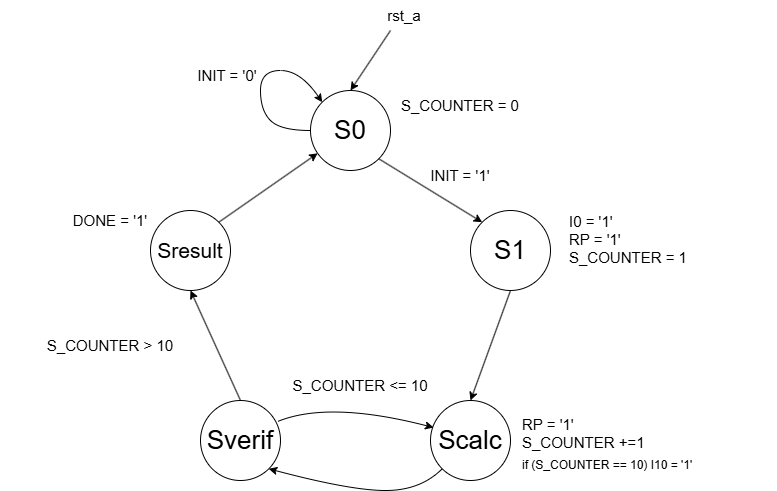
Before: docs/diagramas/FSMD.drawio.png, a diagram exported from draw.io (thalescazevedo/aes-encryption-vhdl). Source tidied: cells renumbered, new cells last; positions are measured from the earlier drawing's top-left corner, leaving out a move shared by most shapes. Source of this version:
```xml
<mxGraphModel background="#ffffff">
  <root>
    <mxCell id="0" />
    <mxCell id="1" parent="0" />
    <mxCell id="2" style="ellipse;whiteSpace=wrap;html=1;" parent="1" vertex="1">
      <mxGeometry x="310" y="90" width="80" height="80" as="geometry" />
    </mxCell>
    <mxCell id="3" style="ellipse;whiteSpace=wrap;html=1;" parent="1" vertex="1">
      <mxGeometry x="470" y="210" width="80" height="80" as="geometry" />
    </mxCell>
    <mxCell id="4" style="ellipse;whiteSpace=wrap;html=1;" parent="1" vertex="1">
      <mxGeometry x="430" y="400" width="80" height="80" as="geometry" />
    </mxCell>
    <mxCell id="5" style="ellipse;whiteSpace=wrap;html=1;" parent="1" vertex="1">
      <mxGeometry x="200" y="400" width="80" height="80" as="geometry" />
    </mxCell>
    <mxCell id="6" style="ellipse;whiteSpace=wrap;html=1;" parent="1" vertex="1">
      <mxGeometry x="150" y="210" width="80" height="80" as="geometry" />
    </mxCell>
    <mxCell id="7" style="endArrow=classic;html=1;rounded=0;entryX=0;entryY=0;entryDx=0;entryDy=0;exitX=1;exitY=1;exitDx=0;exitDy=0;" parent="1" edge="1" source="2" target="3">
      <mxGeometry relative="1" as="geometry" />
    </mxCell>
    <mxCell id="8" style="endArrow=classic;html=1;rounded=0;entryX=0.5;entryY=0;entryDx=0;entryDy=0;exitX=0.5;exitY=1;exitDx=0;exitDy=0;" parent="1" edge="1" source="3" target="4">
      <mxGeometry relative="1" as="geometry" />
    </mxCell>
    <mxCell id="9" style="curved=1;endArrow=classic;html=1;rounded=0;entryX=1;entryY=1;entryDx=0;entryDy=0;exitX=0;exitY=1;exitDx=0;exitDy=0;" parent="1" edge="1" source="4" target="5">
      <mxGeometry relative="1" as="geometry">
        <Array as="points">
          <mxPoint x="420" y="490" />
          <mxPoint x="350" y="490" />
        </Array>
      </mxGeometry>
    </mxCell>
    <mxCell id="10" value="&lt;font style=&quot;font-size: 15px;&quot;&gt;INIT = '1'&lt;/font&gt;" style="text;html=1;whiteSpace=wrap;strokeColor=none;fillColor=none;align=center;verticalAlign=middle;rounded=0;strokeWidth=2;" parent="1" vertex="1">
      <mxGeometry x="420" y="160" width="80" height="30" as="geometry" />
    </mxCell>
    <mxCell id="11" value="&lt;font style=&quot;font-size: 26px;&quot;&gt;S0&lt;/font&gt;" style="text;html=1;whiteSpace=wrap;strokeColor=none;fillColor=none;align=center;verticalAlign=middle;rounded=0;" parent="1" vertex="1">
      <mxGeometry x="320" y="115" width="60" height="30" as="geometry" />
    </mxCell>
    <mxCell id="12" value="&lt;font style=&quot;font-size: 26px;&quot;&gt;S1&lt;/font&gt;" style="text;html=1;whiteSpace=wrap;strokeColor=none;fillColor=none;align=center;verticalAlign=middle;rounded=0;" parent="1" vertex="1">
      <mxGeometry x="480" y="235" width="60" height="30" as="geometry" />
    </mxCell>
    <mxCell id="13" value="&lt;font style=&quot;font-size: 26px;&quot;&gt;Scalc&lt;/font&gt;" style="text;html=1;whiteSpace=wrap;strokeColor=none;fillColor=none;align=center;verticalAlign=middle;rounded=0;" parent="1" vertex="1">
      <mxGeometry x="440" y="425" width="60" height="30" as="geometry" />
    </mxCell>
    <mxCell id="14" value="&lt;font style=&quot;font-size: 26px;&quot;&gt;Sverif&lt;/font&gt;" style="text;html=1;whiteSpace=wrap;strokeColor=none;fillColor=none;align=center;verticalAlign=middle;rounded=0;" parent="1" vertex="1">
      <mxGeometry x="210" y="425" width="60" height="30" as="geometry" />
    </mxCell>
    <mxCell id="15" value="&lt;font style=&quot;font-size: 21px;&quot;&gt;Sresult&lt;/font&gt;" style="text;html=1;whiteSpace=wrap;strokeColor=none;fillColor=none;align=center;verticalAlign=middle;rounded=0;" parent="1" vertex="1">
      <mxGeometry x="160" y="235" width="60" height="30" as="geometry" />
    </mxCell>
    <mxCell id="16" style="curved=1;endArrow=classic;html=1;rounded=0;entryX=0.038;entryY=0.338;entryDx=0;entryDy=0;exitX=0.963;exitY=0.263;exitDx=0;exitDy=0;exitPerimeter=0;entryPerimeter=0;" parent="1" edge="1" source="5" target="4">
      <mxGeometry relative="1" as="geometry">
        <Array as="points">
          <mxPoint x="328.3" y="400" />
        </Array>
      </mxGeometry>
    </mxCell>
    <mxCell id="17" style="endArrow=classic;html=1;rounded=0;exitX=0.5;exitY=0;exitDx=0;exitDy=0;entryX=0.5;entryY=1;entryDx=0;entryDy=0;" parent="1" edge="1" source="5" target="6">
      <mxGeometry relative="1" as="geometry" />
    </mxCell>
    <mxCell id="18" style="endArrow=classic;html=1;rounded=0;exitX=1;exitY=0;exitDx=0;exitDy=0;" parent="1" edge="1" source="6" target="2">
      <mxGeometry relative="1" as="geometry" />
    </mxCell>
    <mxCell id="19" value="&lt;span style=&quot;font-size: 15px; text-align: left;&quot;&gt;S_COUNTER &lt;/span&gt;&lt;span style=&quot;font-size: 15px;&quot;&gt;&amp;gt; 10&lt;/span&gt;" style="text;html=1;whiteSpace=wrap;strokeColor=none;fillColor=none;align=center;verticalAlign=middle;rounded=0;strokeWidth=2;" parent="1" vertex="1">
      <mxGeometry y="330" width="220" height="30" as="geometry" />
    </mxCell>
    <mxCell id="20" value="&lt;span style=&quot;font-size: 15px; text-align: left;&quot;&gt;S_COUNTER &lt;/span&gt;&lt;span style=&quot;font-size: 15px;&quot;&gt;&amp;lt;= 10&lt;/span&gt;" style="text;html=1;whiteSpace=wrap;strokeColor=none;fillColor=none;align=center;verticalAlign=middle;rounded=0;strokeWidth=2;" parent="1" vertex="1">
      <mxGeometry x="250" y="370" width="220" height="30" as="geometry" />
    </mxCell>
    <mxCell id="21" value="&lt;font style=&quot;font-size: 15px;&quot;&gt;I0 = '1'&lt;/font&gt;&lt;div&gt;&lt;font style=&quot;font-size: 15px;&quot;&gt;RP = '1'&lt;br&gt;S_COUNTER = 1&lt;br&gt;&lt;span style=&quot;color: rgba(0, 0, 0, 0); font-family: monospace; font-size: 0px; white-space: nowrap;&quot;&gt;%3CmxGraphModel%3E%3Croot%3E%3CmxCell%20id%3D%220%22%2F%3E%3CmxCell%20id%3D%221%22%20parent%3D%220%22%2F%3E%3CmxCell%20id%3D%222%22%20parent%3D%221%22%20style%3D%22text%3Bhtml%3D1%3BwhiteSpace%3Dwrap%3BstrokeColor%3Dnone%3BfillColor%3Dnone%3Balign%3Dcenter%3BverticalAlign%3Dmiddle%3Brounded%3D0%3BstrokeWidth%3D2%3B%22%20value%3D%22%26lt%3Bfont%20style%3D%26quot%3Bfont-size%3A%2015px%3B%26quot%3B%26gt%3BCOUNTER_ROUND%20%3D%20%26quot%3B0000%26quot%3B%26lt%3B%2Ffont%26gt%3B%22%20vertex%3D%221%22%3E%3CmxGeometry%20height%3D%2230%22%20width%3D%22270%22%20x%3D%22414%22%20y%3D%22120%22%20as%3D%22geometry%22%2F%3E%3C%2FmxCell%3E%3C%2Froot%3E%3C%2FmxGraphModel%3E&lt;/span&gt;&lt;/font&gt;&lt;/div&gt;" style="text;html=1;whiteSpace=wrap;strokeColor=none;fillColor=none;align=left;verticalAlign=middle;rounded=0;strokeWidth=2;" parent="1" vertex="1">
      <mxGeometry x="567" y="235" width="210" height="25" as="geometry" />
    </mxCell>
    <mxCell id="22" value="&lt;font style=&quot;font-size: 15px;&quot;&gt;RP = '1'&lt;br&gt;&lt;span style=&quot;text-align: center;&quot;&gt;S_COUNTER &lt;/span&gt;+=1&lt;/font&gt;" style="text;html=1;whiteSpace=wrap;strokeColor=none;fillColor=none;align=left;verticalAlign=middle;rounded=0;strokeWidth=2;" parent="1" vertex="1">
      <mxGeometry x="520" y="420" width="220" height="25" as="geometry" />
    </mxCell>
    <mxCell id="23" value="&lt;font style=&quot;font-size: 15px;&quot;&gt;DONE = '1'&lt;/font&gt;" style="text;html=1;whiteSpace=wrap;strokeColor=none;fillColor=none;align=center;verticalAlign=middle;rounded=0;strokeWidth=2;" parent="1" vertex="1">
      <mxGeometry x="70" y="205" width="80" height="30" as="geometry" />
    </mxCell>
    <mxCell id="24" value="&lt;font style=&quot;font-size: 15px;&quot;&gt;S_COUNTER = 0&lt;/font&gt;" style="text;html=1;whiteSpace=wrap;strokeColor=none;fillColor=none;align=center;verticalAlign=middle;rounded=0;strokeWidth=2;" parent="1" vertex="1">
      <mxGeometry x="390" y="90" width="140" height="30" as="geometry" />
    </mxCell>
    <mxCell id="25" style="endArrow=classic;html=1;rounded=0;entryX=0.5;entryY=0;entryDx=0;entryDy=0;" parent="1" edge="1" target="2">
      <mxGeometry relative="1" as="geometry">
        <mxPoint x="390" y="30" as="sourcePoint" />
      </mxGeometry>
    </mxCell>
    <mxCell id="26" value="&lt;font style=&quot;font-size: 15px;&quot;&gt;rst_a&lt;/font&gt;" style="text;html=1;whiteSpace=wrap;strokeColor=none;fillColor=none;align=center;verticalAlign=middle;rounded=0;strokeWidth=2;" parent="1" vertex="1">
      <mxGeometry x="364" width="80" height="30" as="geometry" />
    </mxCell>
    <mxCell id="27" style="curved=1;endArrow=classic;html=1;rounded=0;exitX=0;exitY=0.5;exitDx=0;exitDy=0;entryX=0;entryY=0;entryDx=0;entryDy=0;" parent="1" edge="1" source="2" target="2">
      <mxGeometry relative="1" as="geometry">
        <Array as="points">
          <mxPoint x="280" y="130" />
          <mxPoint x="260" y="110" />
          <mxPoint x="260" y="70" />
          <mxPoint x="300" y="70" />
        </Array>
      </mxGeometry>
    </mxCell>
    <mxCell id="28" value="&lt;font style=&quot;font-size: 15px;&quot;&gt;INIT = '0'&lt;/font&gt;" style="text;html=1;whiteSpace=wrap;strokeColor=none;fillColor=none;align=center;verticalAlign=middle;rounded=0;strokeWidth=2;" parent="1" vertex="1">
      <mxGeometry x="184" y="60" width="86" height="30" as="geometry" />
    </mxCell>
    <mxCell id="29" value="if (S_COUNTER == 10) I10 = '1'" style="text;whiteSpace=wrap;html=1;verticalAlign=middle;" parent="1" vertex="1">
      <mxGeometry x="520" y="445" width="220" height="40" as="geometry" />
    </mxCell>
  </root>
</mxGraphModel>
```
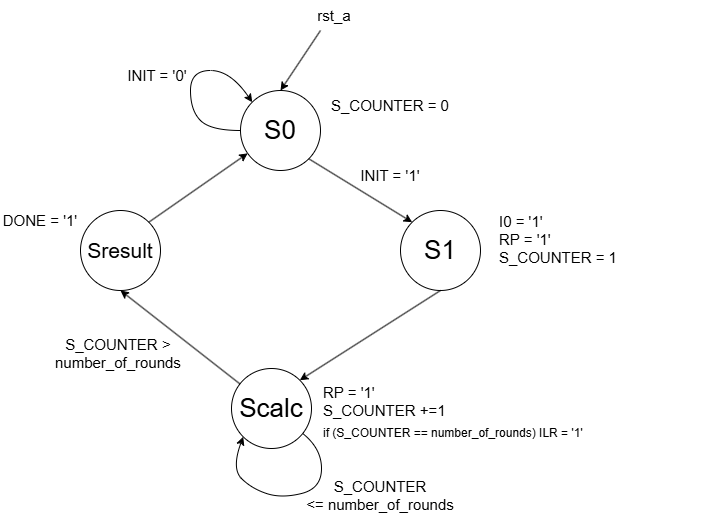
Later version of the same file.

The edit, as a diff of the source:
```diff
@@ -9,25 +9,25 @@
       <mxGeometry x="470" y="210" width="80" height="80" as="geometry" />
     </mxCell>
     <mxCell id="4" style="ellipse;whiteSpace=wrap;html=1;" parent="1" vertex="1">
-      <mxGeometry x="430" y="400" width="80" height="80" as="geometry" />
+      <mxGeometry x="301" y="368" width="80" height="80" as="geometry" />
     </mxCell>
-    <mxCell id="5" style="ellipse;whiteSpace=wrap;html=1;" parent="1" vertex="1">
-      <mxGeometry x="200" y="400" width="80" height="80" as="geometry" />
-    </mxCell>
     <mxCell id="6" style="ellipse;whiteSpace=wrap;html=1;" parent="1" vertex="1">
       <mxGeometry x="150" y="210" width="80" height="80" as="geometry" />
     </mxCell>
     <mxCell id="7" style="endArrow=classic;html=1;rounded=0;entryX=0;entryY=0;entryDx=0;entryDy=0;exitX=1;exitY=1;exitDx=0;exitDy=0;" parent="1" edge="1" source="2" target="3">
       <mxGeometry relative="1" as="geometry" />
     </mxCell>
-    <mxCell id="8" style="endArrow=classic;html=1;rounded=0;entryX=0.5;entryY=0;entryDx=0;entryDy=0;exitX=0.5;exitY=1;exitDx=0;exitDy=0;" parent="1" edge="1" source="3" target="4">
+    <mxCell id="8" style="endArrow=classic;html=1;rounded=0;entryX=1;entryY=0;entryDx=0;entryDy=0;exitX=0.5;exitY=1;exitDx=0;exitDy=0;" parent="1" edge="1" source="3" target="4">
       <mxGeometry relative="1" as="geometry" />
     </mxCell>
-    <mxCell id="9" style="curved=1;endArrow=classic;html=1;rounded=0;entryX=1;entryY=1;entryDx=0;entryDy=0;exitX=0;exitY=1;exitDx=0;exitDy=0;" parent="1" edge="1" source="4" target="5">
+    <mxCell id="9" style="curved=1;endArrow=classic;html=1;rounded=0;entryX=0;entryY=1;entryDx=0;entryDy=0;" parent="1" edge="1" source="4" target="4">
       <mxGeometry relative="1" as="geometry">
         <Array as="points">
-          <mxPoint x="420" y="490" />
-          <mxPoint x="350" y="490" />
+          <mxPoint x="391" y="448" />
+          <mxPoint x="391" y="488" />
+          <mxPoint x="351" y="498" />
+          <mxPoint x="321" y="488" />
+          <mxPoint x="301" y="468" />
         </Array>
       </mxGeometry>
     </mxCell>
@@ -41,38 +41,28 @@
       <mxGeometry x="480" y="235" width="60" height="30" as="geometry" />
     </mxCell>
     <mxCell id="13" value="&lt;font style=&quot;font-size: 26px;&quot;&gt;Scalc&lt;/font&gt;" style="text;html=1;whiteSpace=wrap;strokeColor=none;fillColor=none;align=center;verticalAlign=middle;rounded=0;" parent="1" vertex="1">
-      <mxGeometry x="440" y="425" width="60" height="30" as="geometry" />
+      <mxGeometry x="311" y="393" width="60" height="30" as="geometry" />
     </mxCell>
-    <mxCell id="14" value="&lt;font style=&quot;font-size: 26px;&quot;&gt;Sverif&lt;/font&gt;" style="text;html=1;whiteSpace=wrap;strokeColor=none;fillColor=none;align=center;verticalAlign=middle;rounded=0;" parent="1" vertex="1">
-      <mxGeometry x="210" y="425" width="60" height="30" as="geometry" />
-    </mxCell>
     <mxCell id="15" value="&lt;font style=&quot;font-size: 21px;&quot;&gt;Sresult&lt;/font&gt;" style="text;html=1;whiteSpace=wrap;strokeColor=none;fillColor=none;align=center;verticalAlign=middle;rounded=0;" parent="1" vertex="1">
       <mxGeometry x="160" y="235" width="60" height="30" as="geometry" />
     </mxCell>
-    <mxCell id="16" style="curved=1;endArrow=classic;html=1;rounded=0;entryX=0.038;entryY=0.338;entryDx=0;entryDy=0;exitX=0.963;exitY=0.263;exitDx=0;exitDy=0;exitPerimeter=0;entryPerimeter=0;" parent="1" edge="1" source="5" target="4">
-      <mxGeometry relative="1" as="geometry">
-        <Array as="points">
-          <mxPoint x="328.3" y="400" />
-        </Array>
-      </mxGeometry>
-    </mxCell>
-    <mxCell id="17" style="endArrow=classic;html=1;rounded=0;exitX=0.5;exitY=0;exitDx=0;exitDy=0;entryX=0.5;entryY=1;entryDx=0;entryDy=0;" parent="1" edge="1" source="5" target="6">
+    <mxCell id="17" style="endArrow=classic;html=1;rounded=0;entryX=0.5;entryY=1;entryDx=0;entryDy=0;" parent="1" edge="1" source="4" target="6">
       <mxGeometry relative="1" as="geometry" />
     </mxCell>
     <mxCell id="18" style="endArrow=classic;html=1;rounded=0;exitX=1;exitY=0;exitDx=0;exitDy=0;" parent="1" edge="1" source="6" target="2">
       <mxGeometry relative="1" as="geometry" />
     </mxCell>
-    <mxCell id="19" value="&lt;span style=&quot;font-size: 15px; text-align: left;&quot;&gt;S_COUNTER &lt;/span&gt;&lt;span style=&quot;font-size: 15px;&quot;&gt;&amp;gt; 10&lt;/span&gt;" style="text;html=1;whiteSpace=wrap;strokeColor=none;fillColor=none;align=center;verticalAlign=middle;rounded=0;strokeWidth=2;" parent="1" vertex="1">
-      <mxGeometry y="330" width="220" height="30" as="geometry" />
+    <mxCell id="19" value="&lt;div style=&quot;text-align: center;&quot;&gt;&lt;span style=&quot;background-color: transparent; color: light-dark(rgb(0, 0, 0), rgb(255, 255, 255)); font-size: 15px; text-align: left;&quot;&gt;S_COUNTER&amp;nbsp;&lt;/span&gt;&lt;span style=&quot;background-color: transparent; color: light-dark(rgb(0, 0, 0), rgb(255, 255, 255)); font-size: 15px;&quot;&gt;&amp;gt;&amp;nbsp;&lt;/span&gt;&lt;/div&gt;&lt;div style=&quot;text-align: center;&quot;&gt;&lt;span style=&quot;background-color: transparent; font-size: 15px;&quot;&gt;number_of_rounds&lt;/span&gt;&lt;span style=&quot;background-color: transparent; color: light-dark(rgb(0, 0, 0), rgb(255, 255, 255)); font-size: 15px;&quot;&gt;&amp;nbsp;&lt;/span&gt;&lt;/div&gt;" style="text;html=1;whiteSpace=wrap;strokeColor=none;fillColor=none;align=center;verticalAlign=middle;rounded=0;strokeWidth=2;" parent="1" vertex="1">
+      <mxGeometry x="80" y="338" width="220" height="30" as="geometry" />
     </mxCell>
-    <mxCell id="20" value="&lt;span style=&quot;font-size: 15px; text-align: left;&quot;&gt;S_COUNTER &lt;/span&gt;&lt;span style=&quot;font-size: 15px;&quot;&gt;&amp;lt;= 10&lt;/span&gt;" style="text;html=1;whiteSpace=wrap;strokeColor=none;fillColor=none;align=center;verticalAlign=middle;rounded=0;strokeWidth=2;" parent="1" vertex="1">
-      <mxGeometry x="250" y="370" width="220" height="30" as="geometry" />
+    <mxCell id="20" value="&lt;div style=&quot;text-align: center;&quot;&gt;&lt;span style=&quot;background-color: transparent; color: light-dark(rgb(0, 0, 0), rgb(255, 255, 255)); font-size: 15px; text-align: left;&quot;&gt;S_COUNTER &lt;/span&gt;&lt;span style=&quot;background-color: transparent; color: light-dark(rgb(0, 0, 0), rgb(255, 255, 255)); font-size: 15px;&quot;&gt;&amp;lt;=&amp;nbsp;&lt;/span&gt;&lt;span style=&quot;background-color: transparent; font-size: 15px;&quot;&gt;number_of_rounds&lt;/span&gt;&lt;/div&gt;" style="text;html=1;whiteSpace=wrap;strokeColor=none;fillColor=none;align=center;verticalAlign=middle;rounded=0;strokeWidth=2;" parent="1" vertex="1">
+      <mxGeometry x="340" y="480" width="220" height="30" as="geometry" />
     </mxCell>
     <mxCell id="21" value="&lt;font style=&quot;font-size: 15px;&quot;&gt;I0 = '1'&lt;/font&gt;&lt;div&gt;&lt;font style=&quot;font-size: 15px;&quot;&gt;RP = '1'&lt;br&gt;S_COUNTER = 1&lt;br&gt;&lt;span style=&quot;color: rgba(0, 0, 0, 0); font-family: monospace; font-size: 0px; white-space: nowrap;&quot;&gt;%3CmxGraphModel%3E%3Croot%3E%3CmxCell%20id%3D%220%22%2F%3E%3CmxCell%20id%3D%221%22%20parent%3D%220%22%2F%3E%3CmxCell%20id%3D%222%22%20parent%3D%221%22%20style%3D%22text%3Bhtml%3D1%3BwhiteSpace%3Dwrap%3BstrokeColor%3Dnone%3BfillColor%3Dnone%3Balign%3Dcenter%3BverticalAlign%3Dmiddle%3Brounded%3D0%3BstrokeWidth%3D2%3B%22%20value%3D%22%26lt%3Bfont%20style%3D%26quot%3Bfont-size%3A%2015px%3B%26quot%3B%26gt%3BCOUNTER_ROUND%20%3D%20%26quot%3B0000%26quot%3B%26lt%3B%2Ffont%26gt%3B%22%20vertex%3D%221%22%3E%3CmxGeometry%20height%3D%2230%22%20width%3D%22270%22%20x%3D%22414%22%20y%3D%22120%22%20as%3D%22geometry%22%2F%3E%3C%2FmxCell%3E%3C%2Froot%3E%3C%2FmxGraphModel%3E&lt;/span&gt;&lt;/font&gt;&lt;/div&gt;" style="text;html=1;whiteSpace=wrap;strokeColor=none;fillColor=none;align=left;verticalAlign=middle;rounded=0;strokeWidth=2;" parent="1" vertex="1">
       <mxGeometry x="567" y="235" width="210" height="25" as="geometry" />
     </mxCell>
     <mxCell id="22" value="&lt;font style=&quot;font-size: 15px;&quot;&gt;RP = '1'&lt;br&gt;&lt;span style=&quot;text-align: center;&quot;&gt;S_COUNTER &lt;/span&gt;+=1&lt;/font&gt;" style="text;html=1;whiteSpace=wrap;strokeColor=none;fillColor=none;align=left;verticalAlign=middle;rounded=0;strokeWidth=2;" parent="1" vertex="1">
-      <mxGeometry x="520" y="420" width="220" height="25" as="geometry" />
+      <mxGeometry x="391" y="388" width="220" height="25" as="geometry" />
     </mxCell>
     <mxCell id="23" value="&lt;font style=&quot;font-size: 15px;&quot;&gt;DONE = '1'&lt;/font&gt;" style="text;html=1;whiteSpace=wrap;strokeColor=none;fillColor=none;align=center;verticalAlign=middle;rounded=0;strokeWidth=2;" parent="1" vertex="1">
       <mxGeometry x="70" y="205" width="80" height="30" as="geometry" />
@@ -101,8 +91,8 @@
     <mxCell id="28" value="&lt;font style=&quot;font-size: 15px;&quot;&gt;INIT = '0'&lt;/font&gt;" style="text;html=1;whiteSpace=wrap;strokeColor=none;fillColor=none;align=center;verticalAlign=middle;rounded=0;strokeWidth=2;" parent="1" vertex="1">
       <mxGeometry x="184" y="60" width="86" height="30" as="geometry" />
     </mxCell>
-    <mxCell id="29" value="if (S_COUNTER == 10) I10 = '1'" style="text;whiteSpace=wrap;html=1;verticalAlign=middle;" parent="1" vertex="1">
-      <mxGeometry x="520" y="445" width="220" height="40" as="geometry" />
+    <mxCell id="29" value="if (S_COUNTER == number_of_rounds) ILR = '1'" style="text;whiteSpace=wrap;html=1;verticalAlign=middle;" parent="1" vertex="1">
+      <mxGeometry x="391" y="413" width="269" height="40" as="geometry" />
     </mxCell>
   </root>
 </mxGraphModel>
```
